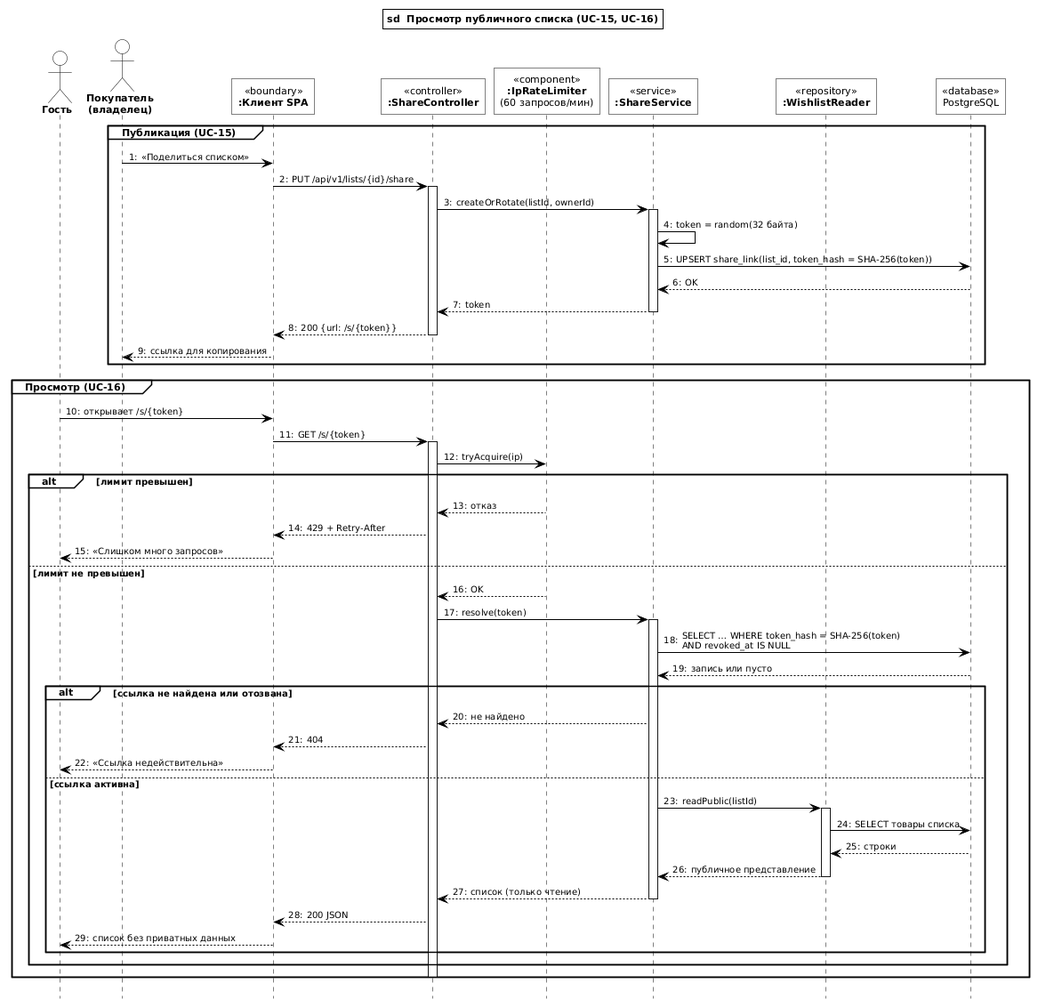
This is docs/uml/img/04-public-list.png from Fatther/SDLC, a PlantUML export, as it was before one commit.
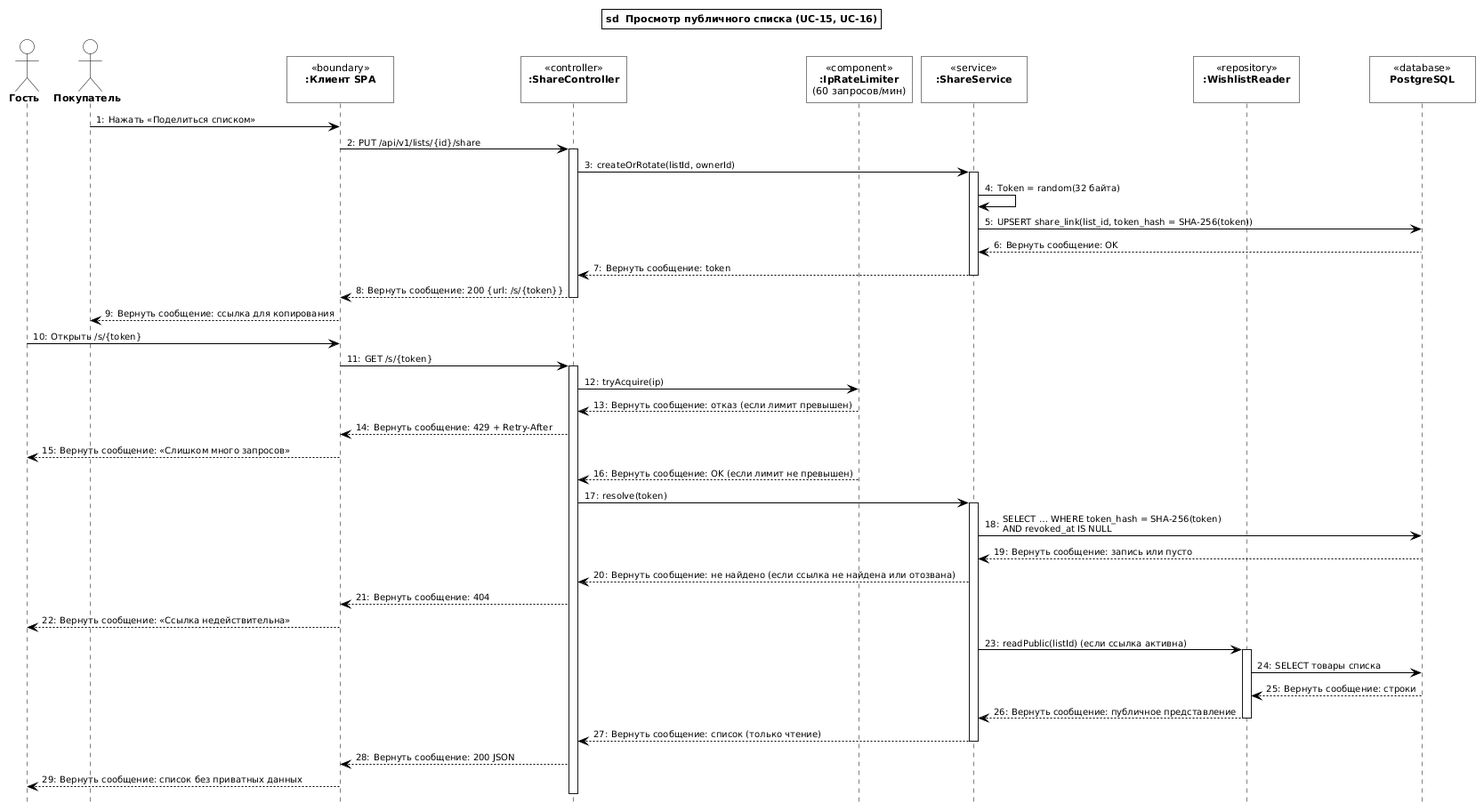
Later version of the same file.

The edit, as a diff of the source:
```diff
@@ -2,7 +2,7 @@
 skinparam shadowing false
 skinparam defaultFontName Arial
 skinparam defaultFontSize 11
-skinparam backgroundColor Whitea
+skinparam backgroundColor White
 skinparam roundcorner 0
 skinparam ArrowColor Black
 skinparam ArrowFontSize 10
@@ -16,11 +16,6 @@
   ActorFontStyle bold
   LifeLineBorderColor Black
   LifeLineBackgroundColor White
-  GroupBackgroundColor White
-  GroupBorderColor Black
-  GroupHeaderFontStyle bold
-  GroupFontSize 10
-  BoxBorderColor Black
   ArrowThickness 1
 }
 skinparam note {
@@ -39,62 +34,52 @@
 hide footbox
 
 actor "Гость" as G
-actor "Покупатель\n(владелец)" as O
-participant "<b>:Клиент SPA</b>" as UI <<boundary>>
-participant "<b>:ShareController</b>" as SC <<controller>>
+actor "Покупатель" as O
+participant "<b>:Клиент SPA</b>\n<color:White>(60 запросов/мин)</color>" as UI <<boundary>>
+participant "<b>:ShareController</b>\n<color:White>(60 запросов/мин)</color>" as SC <<controller>>
 participant "<b>:IpRateLimiter</b>\n(60 запросов/мин)" as RL <<component>>
-participant "<b>:ShareService</b>" as SS <<service>>
-participant "<b>:WishlistReader</b>" as WR <<repository>>
-participant "PostgreSQL" as DB <<database>>
+participant "<b>:ShareService</b>\n<color:White>(60 запросов/мин)</color>" as SS <<service>>
+participant "<b>:WishlistReader</b>\n<color:White>(60 запросов/мин)</color>" as WR <<repository>>
+participant "<b>PostgreSQL</b>\n<color:White>(60 запросов/мин)</color>" as DB <<database>>
 
-group Публикация (UC-15)
-  O -> UI : «Поделиться списком»
-  UI -> SC : PUT /api/v1/lists/{id}/share
-  activate SC
-  SC -> SS : createOrRotate(listId, ownerId)
-  activate SS
-  SS -> SS : token = random(32 байта)
-  SS -> DB : UPSERT share_link(list_id, token_hash = SHA-256(token))
-  DB --> SS : OK
-  SS --> SC : token
-  deactivate SS
-  SC --> UI : 200 {url: /s/{token}}
-  deactivate SC
-  UI --> O : ссылка для копирования
-end
+O -> UI : Нажать «Поделиться списком»
+UI -> SC : PUT /api/v1/lists/{id}/share
+activate SC
+SC -> SS : createOrRotate(listId, ownerId)
+activate SS
+SS -> SS : Token = random(32 байта)
+SS -> DB : UPSERT share_link(list_id, token_hash = SHA-256(token))
+DB --> SS : Вернуть сообщение: OK
+SS --> SC : Вернуть сообщение: token
+deactivate SS
+SC --> UI : Вернуть сообщение: 200 {url: /s/{token}}
+deactivate SC
+UI --> O : Вернуть сообщение: ссылка для копирования
 
-group Просмотр (UC-16)
-  G -> UI : открывает /s/{token}
-  UI -> SC : GET /s/{token}
-  activate SC
-  SC -> RL : tryAcquire(ip)
-  alt лимит превышен
-    RL --> SC : отказ
-    SC --> UI : 429 + Retry-After
-    UI --> G : «Слишком много запросов»
-  else лимит не превышен
-    RL --> SC : OK
-    SC -> SS : resolve(token)
-    activate SS
-    SS -> DB : SELECT … WHERE token_hash = SHA-256(token)\nAND revoked_at IS NULL
-    DB --> SS : запись или пусто
-    alt ссылка не найдена или отозвана
-      SS --> SC : не найдено
-      SC --> UI : 404
-      UI --> G : «Ссылка недействительна»
-    else ссылка активна
-      SS -> WR : readPublic(listId)
-      activate WR
-      WR -> DB : SELECT товары списка
-      DB --> WR : строки
-      WR --> SS : публичное представление
-      deactivate WR
-      SS --> SC : список (только чтение)
-      deactivate SS
-      SC --> UI : 200 JSON
-      UI --> G : список без приватных данных
-    end
-  end
-  deactivate SC
-end
+G -> UI : Открыть /s/{token}
+UI -> SC : GET /s/{token}
+activate SC
+SC -> RL : tryAcquire(ip)
+RL --> SC : Вернуть сообщение: отказ (если лимит превышен)
+SC --> UI : Вернуть сообщение: 429 + Retry-After
+UI --> G : Вернуть сообщение: «Слишком много запросов»
+RL --> SC : Вернуть сообщение: OK (если лимит не превышен)
+SC -> SS : resolve(token)
+activate SS
+SS -> DB : SELECT … WHERE token_hash = SHA-256(token)\nAND revoked_at IS NULL
+DB --> SS : Вернуть сообщение: запись или пусто
+SS --> SC : Вернуть сообщение: не найдено (если ссылка не найдена или отозвана)
+SC --> UI : Вернуть сообщение: 404
+UI --> G : Вернуть сообщение: «Ссылка недействительна»
+SS -> WR : readPublic(listId) (если ссылка активна)
+activate WR
+WR -> DB : SELECT товары списка
+DB --> WR : Вернуть сообщение: строки
+WR --> SS : Вернуть сообщение: публичное представление
+deactivate WR
+SS --> SC : Вернуть сообщение: список (только чтение)
+deactivate SS
+SC --> UI : Вернуть сообщение: 200 JSON
+UI --> G : Вернуть сообщение: список без приватных данных
+deactivate SC
 @enduml
```
